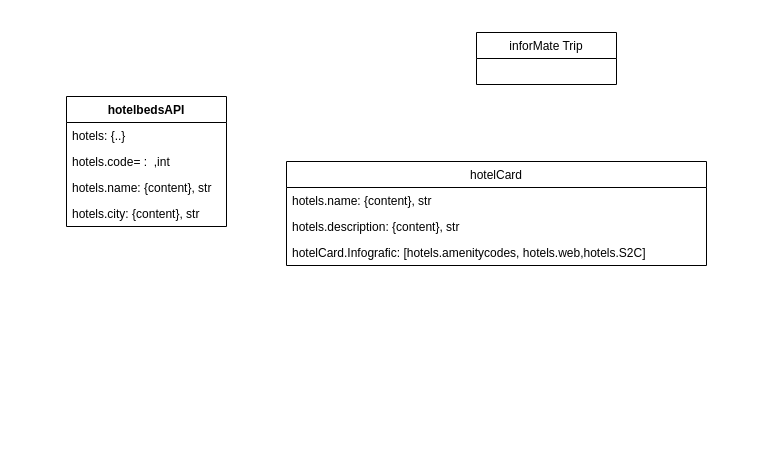
Waro/inforMate keeps this draw.io diagram as Diagramma senza titolo.drawio. Above is the earlier version. Source tidied: cells renumbered, new cells numbered last; positions are measured from the earlier drawing's top-left corner, leaving out a move shared by most shapes. Both pictures are drawn from the tidied source at 100%, with x=0, y=0 at pixel (66, 32).
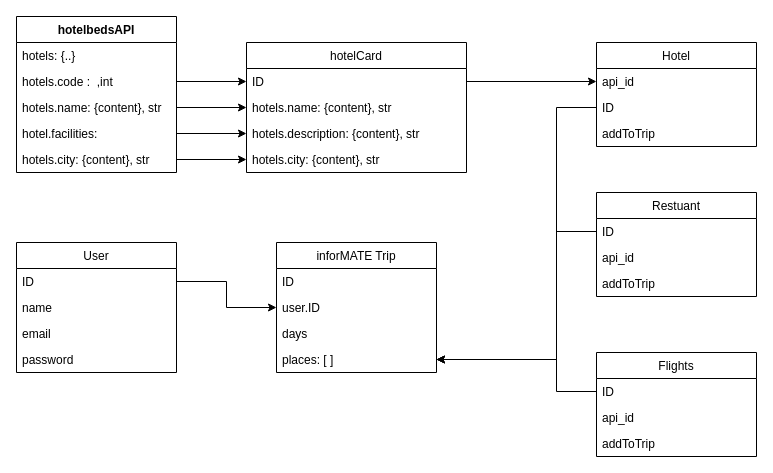
The same diagram, later.

Unchanged cells that the change refers to:
```xml
<mxCell id="5" value="hotels.name: {content}, str" style="text;strokeColor=none;fillColor=none;align=left;verticalAlign=top;spacingLeft=4;spacingRight=4;overflow=hidden;points=[[0,0.5],[1,0.5]];portConstraint=eastwest;" parent="2" vertex="1">
  <mxGeometry y="78" width="160" height="26" as="geometry" />
</mxCell>
```

Change to the diagram source:
```diff
@@
+    <mxCell id="12" style="edgeStyle=orthogonalEdgeStyle;rounded=0;jettySize=auto;html=1;exitX=1;exitY=0.5;exitDx=0;exitDy=0;entryX=0;entryY=0.5;entryDx=0;entryDy=0;" parent="1" edge="1" source="4" target="8">
+      <mxGeometry relative="1" as="geometry" />
+    </mxCell>
     <mxCell id="2" value="hotelbedsAPI" style="swimlane;fontStyle=1;align=center;verticalAlign=top;horizontal=1;startSize=26;swimlaneLine=1;rounded=0;shadow=0;sketch=0;" parent="1" vertex="1">
-      <mxGeometry y="64" width="160" height="130" as="geometry" />
+      <mxGeometry x="-50" y="-16" width="160" height="156" as="geometry" />
     </mxCell>
@@
-    <mxCell id="4" value="hotels.code= :  ,int" style="text;strokeColor=none;fillColor=none;align=left;verticalAlign=top;spacingLeft=4;spacingRight=4;overflow=hidden;points=[[0,0.5],[1,0.5]];portConstraint=eastwest;glass=0;" parent="2" vertex="1">
+    <mxCell id="4" value="hotels.code :  ,int" style="text;strokeColor=none;fillColor=none;align=left;verticalAlign=top;spacingLeft=4;spacingRight=4;overflow=hidden;points=[[0,0.5],[1,0.5]];portConstraint=eastwest;glass=0;" parent="2" vertex="1">
       <mxGeometry y="52" width="160" height="26" as="geometry" />
     </mxCell>
@@
+    <mxCell id="13" value="hotel.facilities:" style="text;strokeColor=none;fillColor=none;align=left;verticalAlign=top;spacingLeft=4;spacingRight=4;overflow=hidden;points=[[0,0.5],[1,0.5]];portConstraint=eastwest;" parent="2" vertex="1">
+      <mxGeometry y="104" width="160" height="26" as="geometry" />
+    </mxCell>
     <mxCell id="6" value="hotels.city: {content}, str" style="text;strokeColor=none;fillColor=none;align=left;verticalAlign=top;spacingLeft=4;spacingRight=4;overflow=hidden;points=[[0,0.5],[1,0.5]];portConstraint=eastwest;" parent="2" vertex="1">
-      <mxGeometry y="104" width="160" height="26" as="geometry" />
+      <mxGeometry y="130" width="160" height="26" as="geometry" />
     </mxCell>
     <mxCell id="7" value="hotelCard" style="swimlane;fontStyle=0;horizontal=1;startSize=26;fillColor=none;rounded=0;shadow=0;sketch=0;" parent="1" vertex="1">
-      <mxGeometry x="220" y="129" width="420" height="104" as="geometry" />
+      <mxGeometry x="180" y="10" width="220" height="130" as="geometry" />
     </mxCell>
-    <mxCell id="8" value="hotels.name: {content}, str" style="text;strokeColor=none;fillColor=none;align=left;verticalAlign=top;spacingLeft=4;spacingRight=4;overflow=hidden;points=[[0,0.5],[1,0.5]];portConstraint=eastwest;" parent="7" vertex="1">
-      <mxGeometry y="26" width="420" height="26" as="geometry" />
+    <mxCell id="8" value="ID" style="text;strokeColor=none;fillColor=none;align=left;verticalAlign=top;spacingLeft=4;spacingRight=4;overflow=hidden;points=[[0,0.5],[1,0.5]];portConstraint=eastwest;" parent="7" vertex="1">
+      <mxGeometry y="26" width="220" height="26" as="geometry" />
     </mxCell>
+    <mxCell id="14" value="hotels.name: {content}, str" style="text;strokeColor=none;fillColor=none;align=left;verticalAlign=top;spacingLeft=4;spacingRight=4;overflow=hidden;points=[[0,0.5],[1,0.5]];portConstraint=eastwest;" parent="7" vertex="1">
+      <mxGeometry y="52" width="220" height="26" as="geometry" />
+    </mxCell>
     <mxCell id="9" value="hotels.description: {content}, str" style="text;strokeColor=none;fillColor=none;align=left;verticalAlign=top;spacingLeft=4;spacingRight=4;overflow=hidden;points=[[0,0.5],[1,0.5]];portConstraint=eastwest;" parent="7" vertex="1">
-      <mxGeometry y="52" width="420" height="26" as="geometry" />
+      <mxGeometry y="78" width="220" height="26" as="geometry" />
     </mxCell>
-    <mxCell id="10" value="hotelCard.Infografic: [hotels.amenitycodes, hotels.web,hotels.S2C]" style="text;strokeColor=none;fillColor=none;align=left;verticalAlign=top;spacingLeft=4;spacingRight=4;overflow=hidden;" parent="7" vertex="1">
-      <mxGeometry y="78" width="420" height="26" as="geometry" />
-    </mxCell>
-    <mxCell id="11" value="inforMate Trip" style="swimlane;fontStyle=0;horizontal=1;startSize=26;fillColor=none;rounded=0;shadow=0;sketch=0;" parent="1" vertex="1">
-      <mxGeometry x="410" width="140" height="52" as="geometry" />
-    </mxCell>
+    <mxCell id="15" value="hotels.city: {content}, str" style="text;strokeColor=none;fillColor=none;align=left;verticalAlign=top;spacingLeft=4;spacingRight=4;overflow=hidden;points=[[0,0.5],[1,0.5]];portConstraint=eastwest;" parent="7" vertex="1">
+      <mxGeometry y="104" width="220" height="26" as="geometry" />
+    </mxCell>
+    <mxCell id="16" value="inforMATE Trip" style="swimlane;fontStyle=0;horizontal=1;startSize=26;fillColor=none;rounded=0;shadow=0;sketch=0;" parent="1" vertex="1">
+      <mxGeometry x="210" y="210" width="160" height="130" as="geometry" />
+    </mxCell>
+    <mxCell id="17" value="ID" style="text;strokeColor=none;fillColor=none;align=left;verticalAlign=top;spacingLeft=4;spacingRight=4;overflow=hidden;" parent="16" vertex="1">
+      <mxGeometry y="26" width="160" height="26" as="geometry" />
+    </mxCell>
+    <mxCell id="18" value="user.ID" style="text;strokeColor=none;fillColor=none;align=left;verticalAlign=top;spacingLeft=4;spacingRight=4;overflow=hidden;points=[[0,0.5],[1,0.5]];portConstraint=eastwest;" parent="16" vertex="1">
+      <mxGeometry y="52" width="160" height="26" as="geometry" />
+    </mxCell>
+    <mxCell id="19" value="days" style="text;strokeColor=none;fillColor=none;align=left;verticalAlign=top;spacingLeft=4;spacingRight=4;overflow=hidden;" parent="16" vertex="1">
+      <mxGeometry y="78" width="160" height="26" as="geometry" />
+    </mxCell>
+    <mxCell id="20" value="places: [ ]" style="text;strokeColor=none;fillColor=none;align=left;verticalAlign=top;spacingLeft=4;spacingRight=4;overflow=hidden;points=[[0,0.5],[1,0.5]];portConstraint=eastwest;" parent="16" vertex="1">
+      <mxGeometry y="104" width="160" height="26" as="geometry" />
+    </mxCell>
+    <mxCell id="21" value="Hotel" style="swimlane;fontStyle=0;horizontal=1;startSize=26;fillColor=none;rounded=0;shadow=0;sketch=0;" parent="1" vertex="1">
+      <mxGeometry x="530" y="10" width="160" height="104" as="geometry" />
+    </mxCell>
+    <mxCell id="22" value="api_id" style="text;strokeColor=none;fillColor=none;align=left;verticalAlign=top;spacingLeft=4;spacingRight=4;overflow=hidden;points=[[0,0.5],[1,0.5]];portConstraint=eastwest;" parent="21" vertex="1">
+      <mxGeometry y="26" width="160" height="26" as="geometry" />
+    </mxCell>
+    <mxCell id="23" value="ID" style="text;strokeColor=none;fillColor=none;align=left;verticalAlign=top;spacingLeft=4;spacingRight=4;overflow=hidden;points=[[0,0.5],[1,0.5]];portConstraint=eastwest;" parent="21" vertex="1">
+      <mxGeometry y="52" width="160" height="26" as="geometry" />
+    </mxCell>
+    <mxCell id="24" value="addToTrip" style="text;strokeColor=none;fillColor=none;align=left;verticalAlign=top;spacingLeft=4;spacingRight=4;overflow=hidden;" parent="21" vertex="1">
+      <mxGeometry y="78" width="160" height="26" as="geometry" />
+    </mxCell>
+    <mxCell id="25" value="Restuant" style="swimlane;fontStyle=0;horizontal=1;startSize=26;fillColor=none;rounded=0;shadow=0;sketch=0;" parent="1" vertex="1">
+      <mxGeometry x="530" y="160" width="160" height="104" as="geometry" />
+    </mxCell>
+    <mxCell id="26" value="ID" style="text;strokeColor=none;fillColor=none;align=left;verticalAlign=top;spacingLeft=4;spacingRight=4;overflow=hidden;points=[[0,0.5],[1,0.5]];portConstraint=eastwest;" parent="25" vertex="1">
+      <mxGeometry y="26" width="160" height="26" as="geometry" />
+    </mxCell>
+    <mxCell id="27" value="api_id" style="text;strokeColor=none;fillColor=none;align=left;verticalAlign=top;spacingLeft=4;spacingRight=4;overflow=hidden;" parent="25" vertex="1">
+      <mxGeometry y="52" width="160" height="26" as="geometry" />
+    </mxCell>
+    <mxCell id="28" value="addToTrip" style="text;strokeColor=none;fillColor=none;align=left;verticalAlign=top;spacingLeft=4;spacingRight=4;overflow=hidden;" parent="25" vertex="1">
+      <mxGeometry y="78" width="160" height="26" as="geometry" />
+    </mxCell>
+    <mxCell id="29" value="Flights" style="swimlane;fontStyle=0;horizontal=1;startSize=26;fillColor=none;rounded=0;shadow=0;sketch=0;" parent="1" vertex="1">
+      <mxGeometry x="530" y="320" width="160" height="104" as="geometry" />
+    </mxCell>
+    <mxCell id="30" value="ID" style="text;strokeColor=none;fillColor=none;align=left;verticalAlign=top;spacingLeft=4;spacingRight=4;overflow=hidden;points=[[0,0.5],[1,0.5]];portConstraint=eastwest;" parent="29" vertex="1">
+      <mxGeometry y="26" width="160" height="26" as="geometry" />
+    </mxCell>
+    <mxCell id="31" value="api_id" style="text;strokeColor=none;fillColor=none;align=left;verticalAlign=top;spacingLeft=4;spacingRight=4;overflow=hidden;" parent="29" vertex="1">
+      <mxGeometry y="52" width="160" height="26" as="geometry" />
+    </mxCell>
+    <mxCell id="32" value="addToTrip" style="text;strokeColor=none;fillColor=none;align=left;verticalAlign=top;spacingLeft=4;spacingRight=4;overflow=hidden;" parent="29" vertex="1">
+      <mxGeometry y="78" width="160" height="26" as="geometry" />
+    </mxCell>
+    <mxCell id="33" style="edgeStyle=orthogonalEdgeStyle;rounded=0;jettySize=auto;html=1;exitX=1;exitY=0.5;exitDx=0;exitDy=0;entryX=0;entryY=0.5;entryDx=0;entryDy=0;" parent="1" edge="1" source="5" target="14">
+      <mxGeometry relative="1" as="geometry" />
+    </mxCell>
+    <mxCell id="34" style="edgeStyle=orthogonalEdgeStyle;rounded=0;jettySize=auto;html=1;exitX=1;exitY=0.5;exitDx=0;exitDy=0;" parent="1" edge="1" source="13" target="9">
+      <mxGeometry relative="1" as="geometry" />
+    </mxCell>
+    <mxCell id="35" style="edgeStyle=orthogonalEdgeStyle;rounded=0;jettySize=auto;html=1;exitX=1;exitY=0.5;exitDx=0;exitDy=0;entryX=0;entryY=0.5;entryDx=0;entryDy=0;" parent="1" edge="1" source="6" target="15">
+      <mxGeometry relative="1" as="geometry" />
+    </mxCell>
+    <mxCell id="36" value="User" style="swimlane;fontStyle=0;horizontal=1;startSize=26;fillColor=none;rounded=0;shadow=0;sketch=0;" parent="1" vertex="1">
+      <mxGeometry x="-50" y="210" width="160" height="130" as="geometry" />
+    </mxCell>
+    <mxCell id="37" value="ID" style="text;strokeColor=none;fillColor=none;align=left;verticalAlign=top;spacingLeft=4;spacingRight=4;overflow=hidden;points=[[0,0.5],[1,0.5]];portConstraint=eastwest;" parent="36" vertex="1">
+      <mxGeometry y="26" width="160" height="26" as="geometry" />
+    </mxCell>
+    <mxCell id="38" value="name" style="text;strokeColor=none;fillColor=none;align=left;verticalAlign=top;spacingLeft=4;spacingRight=4;overflow=hidden;" parent="36" vertex="1">
+      <mxGeometry y="52" width="160" height="26" as="geometry" />
+    </mxCell>
+    <mxCell id="39" value="email" style="text;strokeColor=none;fillColor=none;align=left;verticalAlign=top;spacingLeft=4;spacingRight=4;overflow=hidden;" parent="36" vertex="1">
+      <mxGeometry y="78" width="160" height="26" as="geometry" />
+    </mxCell>
+    <mxCell id="40" value="password" style="text;strokeColor=none;fillColor=none;align=left;verticalAlign=top;spacingLeft=4;spacingRight=4;overflow=hidden;" parent="36" vertex="1">
+      <mxGeometry y="104" width="160" height="26" as="geometry" />
+    </mxCell>
+    <mxCell id="41" style="edgeStyle=orthogonalEdgeStyle;rounded=0;jettySize=auto;html=1;exitX=1;exitY=0.5;exitDx=0;exitDy=0;entryX=0;entryY=0.5;entryDx=0;entryDy=0;" parent="1" edge="1" source="37" target="18">
+      <mxGeometry relative="1" as="geometry" />
+    </mxCell>
+    <mxCell id="42" style="edgeStyle=orthogonalEdgeStyle;rounded=0;jettySize=auto;html=1;exitX=1;exitY=0.5;exitDx=0;exitDy=0;entryX=0;entryY=0.5;entryDx=0;entryDy=0;" parent="1" edge="1" source="8" target="22">
+      <mxGeometry relative="1" as="geometry" />
+    </mxCell>
+    <mxCell id="43" style="edgeStyle=orthogonalEdgeStyle;rounded=0;jettySize=auto;html=1;exitX=0;exitY=0.5;exitDx=0;exitDy=0;entryX=1;entryY=0.5;entryDx=0;entryDy=0;" parent="1" edge="1" source="23" target="20">
+      <mxGeometry relative="1" as="geometry">
+        <Array as="points">
+          <mxPoint x="490" y="75" />
+          <mxPoint x="490" y="327" />
+        </Array>
+      </mxGeometry>
+    </mxCell>
+    <mxCell id="44" style="edgeStyle=orthogonalEdgeStyle;rounded=0;jettySize=auto;html=1;exitX=0;exitY=0.5;exitDx=0;exitDy=0;entryX=1;entryY=0.5;entryDx=0;entryDy=0;" parent="1" edge="1" source="30" target="20">
+      <mxGeometry relative="1" as="geometry">
+        <Array as="points">
+          <mxPoint x="490" y="359" />
+          <mxPoint x="490" y="327" />
+        </Array>
+      </mxGeometry>
+    </mxCell>
+    <mxCell id="45" style="edgeStyle=orthogonalEdgeStyle;rounded=0;jettySize=auto;html=1;exitX=0;exitY=0.5;exitDx=0;exitDy=0;entryX=1;entryY=0.5;entryDx=0;entryDy=0;" parent="1" edge="1" source="26" target="20">
+      <mxGeometry relative="1" as="geometry">
+        <Array as="points">
+          <mxPoint x="490" y="199" />
+          <mxPoint x="490" y="327" />
+        </Array>
+      </mxGeometry>
+    </mxCell>
```
